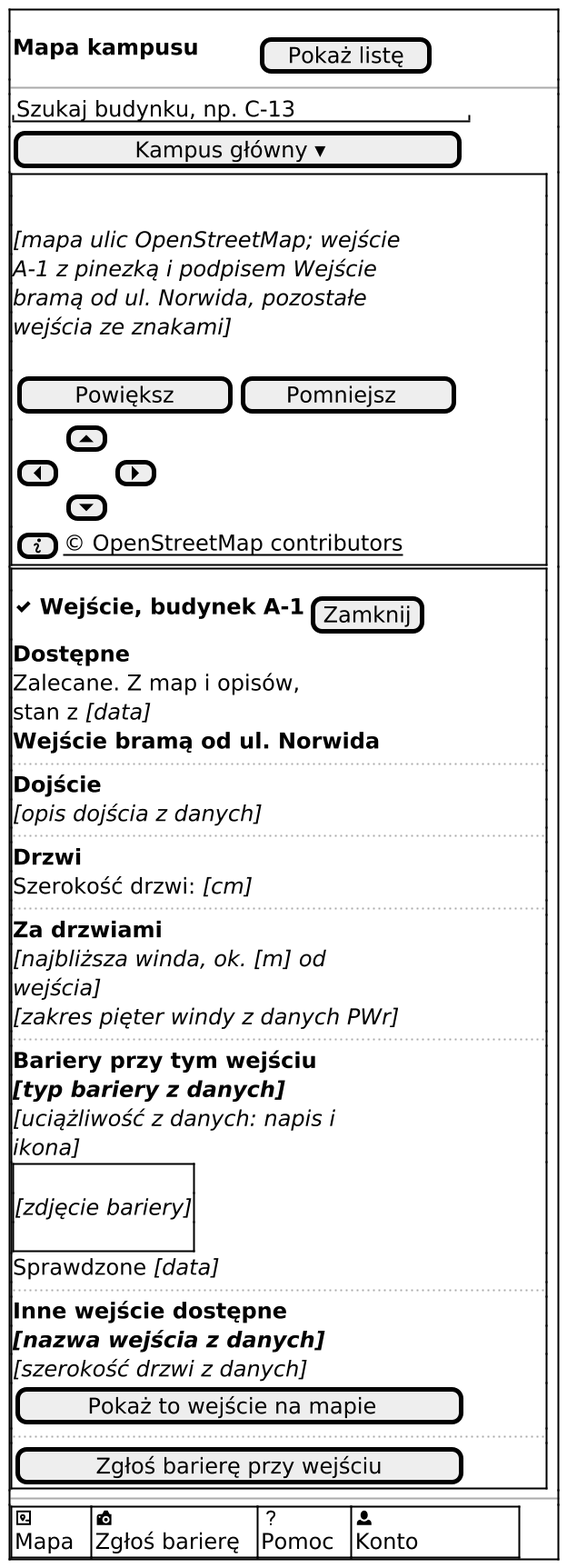
This is docs/docs/_generated/m-v1-mapa-wejscie.png from dostepny-kampus/dostepny-kampus, a PlantUML export, as it was before one commit.
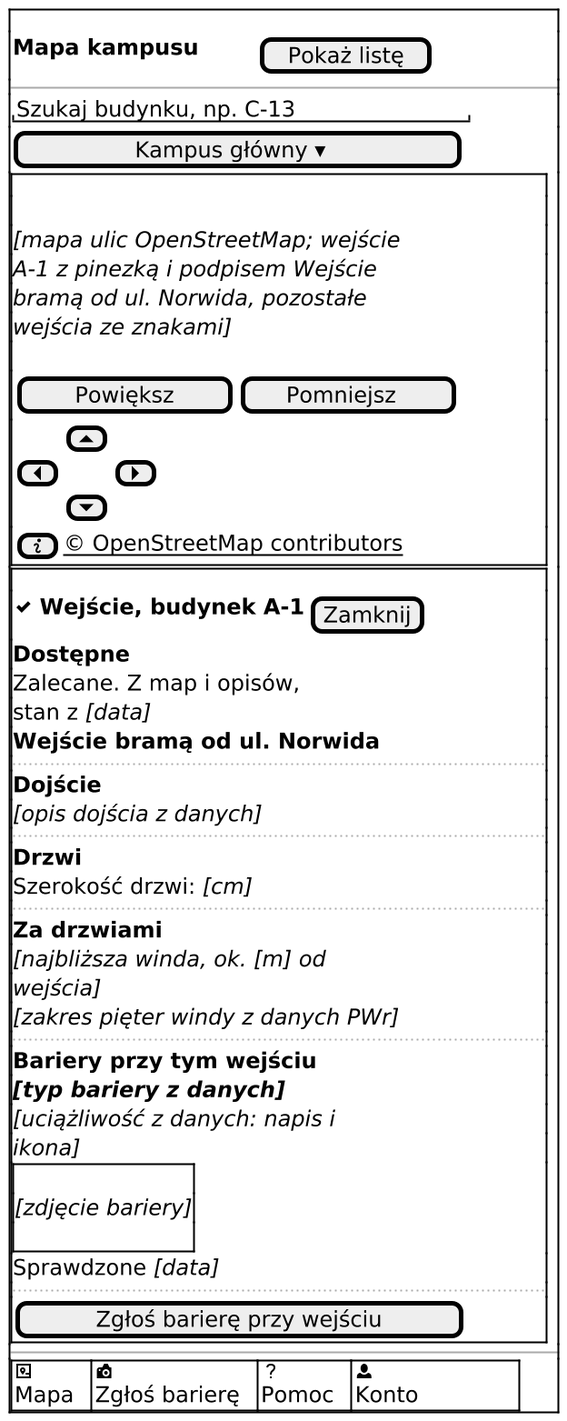
Above is the later version.

What changed in the source:
```diff
@@ -1,6 +1,7 @@
 @startsalt
 ' V1 Mapa kampusu, arkusz wejścia zalecanego po „Pokaż wejście na mapie” z V2 albo po dotknięciu znaku
-' wejścia (US2.1, US3.3). Arkusz nie ma czynności głównej: odpowiedź podała karta V2.
+' wejścia (US2.1, US3.3). Arkusz nie ma czynności głównej: odpowiedź podała karta V2. Każde wejście ma ten
+' sam układ części; innych wejść arkusz nie pokazuje, są na liście „Wejścia” karty V2.
 !include _wspolne.iuml
 !include _odwiedzajacy.iuml
 $ekran_poczatek()
@@ -26,10 +27,6 @@
 $tekst("[uciążliwość z danych: napis i ikona]", "i")
 $obraz("zdjęcie bariery")
 Sprawdzone <i>[data]</i>
-$sekcja("Inne wejście dostępne")
-<b><i>[nazwa wejścia z danych]</i></b>
-$tekst("[szerokość drzwi z danych]", "i")
-$przycisk("Pokaż to wejście na mapie")
 ..
 $przycisk("Zgłoś barierę przy wejściu")
 }
```
